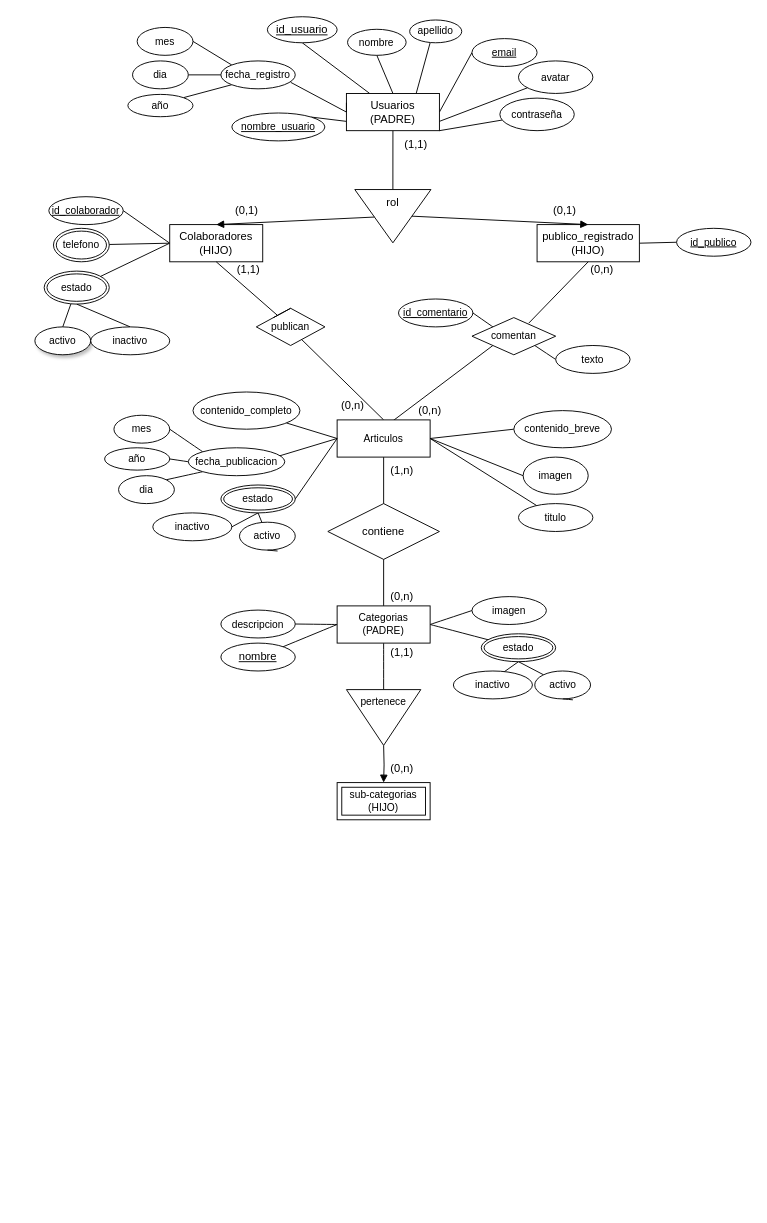
Earlier version of the draw.io diagram Desafio_s5.drawio (mauricioarcez/desafios_info). Source tidied: cells renumbered, new cells numbered last; positions are measured from the earlier drawing's top-left corner, leaving out a move shared by most shapes. Both pictures are drawn from the tidied source at 93%, with x=0, y=0 at pixel (34, 16).
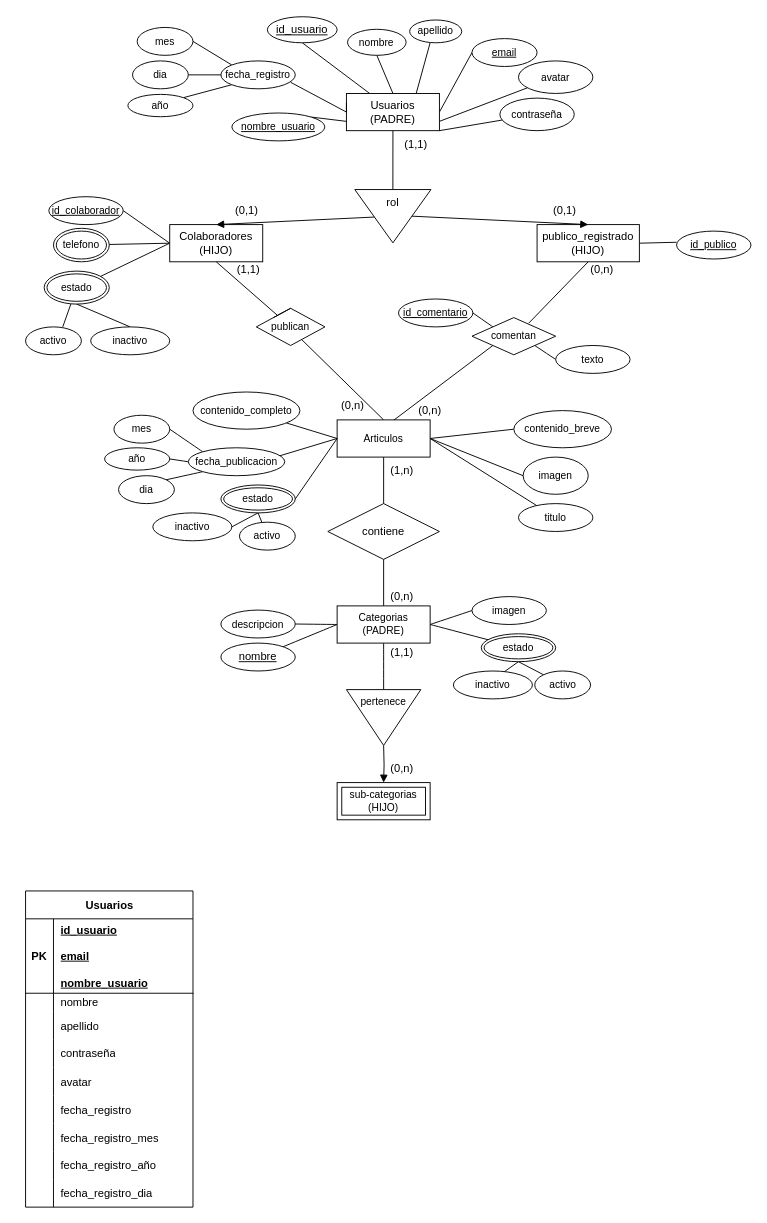
The same diagram, later.

Unchanged cells that the change refers to:
```xml
<mxCell id="19" value="publico_registrado&lt;br&gt;(HIJO)" style="whiteSpace=wrap;html=1;align=center;shadow=0;labelBackgroundColor=none;" parent="1" vertex="1">
  <mxGeometry x="540" y="224" width="110" height="40" as="geometry" />
</mxCell>
<mxCell id="37" value="estado" style="ellipse;shape=doubleEllipse;margin=3;whiteSpace=wrap;html=1;align=center;fontFamily=Helvetica;fontSize=11;shadow=0;labelBackgroundColor=none;" parent="1" vertex="1">
  <mxGeometry x="10" y="274" width="70" height="35.5" as="geometry" />
</mxCell>
<mxCell id="80" value="activo" style="ellipse;whiteSpace=wrap;html=1;align=center;fontFamily=Helvetica;fontSize=11;shadow=0;labelBackgroundColor=none;" parent="1" vertex="1">
  <mxGeometry x="220" y="544" width="60" height="30" as="geometry" />
</mxCell>
<mxCell id="97" value="activo" style="ellipse;whiteSpace=wrap;html=1;align=center;fontFamily=Helvetica;fontSize=11;shadow=0;labelBackgroundColor=none;" parent="1" vertex="1">
  <mxGeometry x="537.5" y="704" width="60" height="30" as="geometry" />
</mxCell>
```

Change to the diagram source:
```diff
@@
-    <mxCell id="18" style="edgeStyle=none;shape=connector;rounded=0;jettySize=auto;html=1;exitX=1;exitY=0.5;exitDx=0;exitDy=0;entryX=0;entryY=0.5;entryDx=0;entryDy=0;labelBackgroundColor=none;fontFamily=Helvetica;fontSize=11;fontColor=default;endArrow=none;endFill=0;shadow=0;" parent="1" edge="1" source="19" target="74">
-      <mxGeometry relative="1" as="geometry" />
+    <mxCell id="18" style="edgeStyle=none;shape=connector;rounded=0;jettySize=auto;html=1;exitX=1;exitY=0.5;exitDx=0;exitDy=0;entryX=0;entryY=0.5;entryDx=0;entryDy=0;labelBackgroundColor=none;fontFamily=Helvetica;fontSize=11;fontColor=default;endArrow=none;endFill=0;shadow=0;" parent="1" edge="1" source="19">
+      <mxGeometry relative="1" as="geometry">
+        <mxPoint x="690" y="243" as="targetPoint" />
+      </mxGeometry>
     </mxCell>
@@
     <mxCell id="74" value="id_publico" style="ellipse;whiteSpace=wrap;html=1;align=center;fontStyle=4;fontFamily=Helvetica;fontSize=11;shadow=0;labelBackgroundColor=none;" parent="1" vertex="1">
-      <mxGeometry x="690" y="228" width="80" height="30" as="geometry" />
+      <mxGeometry x="690" y="231" width="80" height="30" as="geometry" />
     </mxCell>
-    <mxCell id="75" style="edgeStyle=none;shape=connector;rounded=0;jettySize=auto;html=1;exitX=0.5;exitY=0;exitDx=0;exitDy=0;labelBackgroundColor=none;fontFamily=Helvetica;fontSize=11;fontColor=default;endArrow=none;endFill=0;shadow=0;" parent="1" edge="1" source="76" target="37">
-      <mxGeometry relative="1" as="geometry" />
+    <mxCell id="75" style="edgeStyle=none;shape=connector;rounded=0;jettySize=auto;html=1;exitX=0.5;exitY=0;exitDx=0;exitDy=0;labelBackgroundColor=none;fontFamily=Helvetica;fontSize=11;fontColor=default;endArrow=none;endFill=0;shadow=0;" parent="1" edge="1" target="37">
+      <mxGeometry relative="1" as="geometry">
+        <mxPoint x="30" y="334" as="sourcePoint" />
+      </mxGeometry>
     </mxCell>
-    <mxCell id="76" value="activo" style="ellipse;whiteSpace=wrap;html=1;align=center;fontFamily=Helvetica;fontSize=11;shadow=1;labelBackgroundColor=none;" parent="1" vertex="1">
-      <mxGeometry y="334" width="60" height="30" as="geometry" />
-    </mxCell>
@@
-    <mxCell id="88" style="edgeStyle=none;shape=connector;curved=1;rounded=0;orthogonalLoop=1;jettySize=auto;html=1;exitX=0.5;exitY=1;exitDx=0;exitDy=0;entryX=0.683;entryY=1.033;entryDx=0;entryDy=0;entryPerimeter=0;labelBackgroundColor=none;fontFamily=Helvetica;fontSize=12;fontColor=default;endArrow=none;endFill=0;startSize=8;endSize=8;shadow=0;" parent="1" edge="1" source="80" target="80">
-      <mxGeometry relative="1" as="geometry" />
-    </mxCell>
@@
-    <mxCell id="99" style="edgeStyle=none;shape=connector;curved=1;rounded=0;orthogonalLoop=1;jettySize=auto;html=1;exitX=0.5;exitY=1;exitDx=0;exitDy=0;entryX=0.683;entryY=1.033;entryDx=0;entryDy=0;entryPerimeter=0;labelBackgroundColor=none;fontFamily=Helvetica;fontSize=12;fontColor=default;endArrow=none;endFill=0;startSize=8;endSize=8;shadow=0;" parent="1" edge="1" source="97" target="97">
-      <mxGeometry relative="1" as="geometry" />
-    </mxCell>
@@
+    <mxCell id="76" value="activo" style="ellipse;whiteSpace=wrap;html=1;align=center;fontFamily=Helvetica;fontSize=11;shadow=0;labelBackgroundColor=none;" parent="1" vertex="1">
+      <mxGeometry x="-10" y="334" width="60" height="30" as="geometry" />
+    </mxCell>
+    <mxCell id="116" value="Usuarios" style="shape=table;startSize=30;childLayout=tableLayout;rowLines=0;fontStyle=1;align=center;html=1;" parent="1" vertex="1">
+      <mxGeometry x="-10" y="940.5" width="180" height="340" as="geometry" />
+    </mxCell>
+    <mxCell id="117" style="shape=tableRow;horizontal=0;startSize=0;swimlaneHead=0;swimlaneBody=0;fillColor=none;top=0;left=0;right=0;bottom=1;" parent="116" vertex="1">
+      <mxGeometry y="30" width="180" height="80" as="geometry" />
+    </mxCell>
+    <mxCell id="118" value="PK" style="shape=partialRectangle;fillColor=none;top=0;left=0;bottom=0;right=0;fontStyle=1;overflow=hidden;whiteSpace=wrap;html=1;" parent="117" vertex="1">
+      <mxGeometry width="30" height="80" as="geometry" />
+    </mxCell>
+    <mxCell id="119" value="id_usuario&lt;br&gt;&lt;br&gt;email&lt;br&gt;&lt;br&gt;nombre_usuario" style="shape=partialRectangle;fillColor=none;top=0;left=0;bottom=0;right=0;align=left;spacingLeft=6;fontStyle=5;overflow=hidden;whiteSpace=wrap;html=1;" parent="117" vertex="1">
+      <mxGeometry x="30" width="150" height="80" as="geometry" />
+    </mxCell>
+    <mxCell id="120" style="shape=tableRow;horizontal=0;startSize=0;swimlaneHead=0;swimlaneBody=0;fillColor=none;top=0;left=0;right=0;bottom=0;" parent="116" vertex="1">
+      <mxGeometry y="110" width="180" height="20" as="geometry" />
+    </mxCell>
+    <mxCell id="121" style="shape=partialRectangle;fillColor=none;top=0;left=0;bottom=0;right=0;overflow=hidden;whiteSpace=wrap;html=1;" parent="120" vertex="1">
+      <mxGeometry width="30" height="20" as="geometry" />
+    </mxCell>
+    <mxCell id="122" value="nombre" style="shape=partialRectangle;fillColor=none;top=0;left=0;bottom=0;right=0;align=left;spacingLeft=6;overflow=hidden;whiteSpace=wrap;html=1;" parent="120" vertex="1">
+      <mxGeometry x="30" width="150" height="20" as="geometry" />
+    </mxCell>
+    <mxCell id="123" style="shape=tableRow;horizontal=0;startSize=0;swimlaneHead=0;swimlaneBody=0;fillColor=none;top=0;left=0;right=0;bottom=0;" parent="116" vertex="1">
+      <mxGeometry y="130" width="180" height="30" as="geometry" />
+    </mxCell>
+    <mxCell id="124" style="shape=partialRectangle;fillColor=none;top=0;left=0;bottom=0;right=0;overflow=hidden;whiteSpace=wrap;html=1;" parent="123" vertex="1">
+      <mxGeometry width="30" height="30" as="geometry" />
+    </mxCell>
+    <mxCell id="125" value="apellido" style="shape=partialRectangle;fillColor=none;top=0;left=0;bottom=0;right=0;align=left;spacingLeft=6;overflow=hidden;whiteSpace=wrap;html=1;" parent="123" vertex="1">
+      <mxGeometry x="30" width="150" height="30" as="geometry" />
+    </mxCell>
+    <mxCell id="126" style="shape=tableRow;horizontal=0;startSize=0;swimlaneHead=0;swimlaneBody=0;fillColor=none;top=0;left=0;right=0;bottom=0;" parent="116" vertex="1">
+      <mxGeometry y="160" width="180" height="30" as="geometry" />
+    </mxCell>
+    <mxCell id="127" style="shape=partialRectangle;fillColor=none;top=0;left=0;bottom=0;right=0;overflow=hidden;whiteSpace=wrap;html=1;" parent="126" vertex="1">
+      <mxGeometry width="30" height="30" as="geometry" />
+    </mxCell>
+    <mxCell id="128" value="contraseña" style="shape=partialRectangle;fillColor=none;top=0;left=0;bottom=0;right=0;align=left;spacingLeft=6;overflow=hidden;whiteSpace=wrap;html=1;" parent="126" vertex="1">
+      <mxGeometry x="30" width="150" height="30" as="geometry" />
+    </mxCell>
+    <mxCell id="129" style="shape=tableRow;horizontal=0;startSize=0;swimlaneHead=0;swimlaneBody=0;fillColor=none;top=0;left=0;right=0;bottom=0;" parent="116" vertex="1">
+      <mxGeometry y="190" width="180" height="30" as="geometry" />
+    </mxCell>
+    <mxCell id="130" style="shape=partialRectangle;fillColor=none;top=0;left=0;bottom=0;right=0;overflow=hidden;" parent="129" vertex="1">
+      <mxGeometry width="30" height="30" as="geometry" />
+    </mxCell>
+    <mxCell id="131" value="avatar" style="shape=partialRectangle;fillColor=none;top=0;left=0;bottom=0;right=0;align=left;spacingLeft=6;overflow=hidden;" parent="129" vertex="1">
+      <mxGeometry x="30" width="150" height="30" as="geometry" />
+    </mxCell>
+    <mxCell id="132" style="shape=tableRow;horizontal=0;startSize=0;swimlaneHead=0;swimlaneBody=0;fillColor=none;top=0;left=0;right=0;bottom=0;" parent="116" vertex="1">
+      <mxGeometry y="220" width="180" height="30" as="geometry" />
+    </mxCell>
+    <mxCell id="133" style="shape=partialRectangle;fillColor=none;top=0;left=0;bottom=0;right=0;overflow=hidden;" parent="132" vertex="1">
+      <mxGeometry width="30" height="30" as="geometry" />
+    </mxCell>
+    <mxCell id="134" value="fecha_registro" style="shape=partialRectangle;fillColor=none;top=0;left=0;bottom=0;right=0;align=left;spacingLeft=6;overflow=hidden;" parent="132" vertex="1">
+      <mxGeometry x="30" width="150" height="30" as="geometry" />
+    </mxCell>
+    <mxCell id="135" style="shape=tableRow;horizontal=0;startSize=0;swimlaneHead=0;swimlaneBody=0;fillColor=none;top=0;left=0;right=0;bottom=0;" parent="116" vertex="1">
+      <mxGeometry y="250" width="180" height="30" as="geometry" />
+    </mxCell>
+    <mxCell id="136" style="shape=partialRectangle;fillColor=none;top=0;left=0;bottom=0;right=0;overflow=hidden;" parent="135" vertex="1">
+      <mxGeometry width="30" height="30" as="geometry" />
+    </mxCell>
+    <mxCell id="137" value="fecha_registro_mes" style="shape=partialRectangle;fillColor=none;top=0;left=0;bottom=0;right=0;align=left;spacingLeft=6;overflow=hidden;" parent="135" vertex="1">
+      <mxGeometry x="30" width="150" height="30" as="geometry" />
+    </mxCell>
+    <mxCell id="138" style="shape=tableRow;horizontal=0;startSize=0;swimlaneHead=0;swimlaneBody=0;fillColor=none;top=0;left=0;right=0;bottom=0;" parent="116" vertex="1">
+      <mxGeometry y="280" width="180" height="30" as="geometry" />
+    </mxCell>
+    <mxCell id="139" style="shape=partialRectangle;fillColor=none;top=0;left=0;bottom=0;right=0;overflow=hidden;" parent="138" vertex="1">
+      <mxGeometry width="30" height="30" as="geometry" />
+    </mxCell>
+    <mxCell id="140" value="fecha_registro_año" style="shape=partialRectangle;fillColor=none;top=0;left=0;bottom=0;right=0;align=left;spacingLeft=6;overflow=hidden;" parent="138" vertex="1">
+      <mxGeometry x="30" width="150" height="30" as="geometry" />
+    </mxCell>
+    <mxCell id="141" style="shape=tableRow;horizontal=0;startSize=0;swimlaneHead=0;swimlaneBody=0;fillColor=none;top=0;left=0;right=0;bottom=0;" parent="116" vertex="1">
+      <mxGeometry y="310" width="180" height="30" as="geometry" />
+    </mxCell>
+    <mxCell id="142" style="shape=partialRectangle;fillColor=none;top=0;left=0;bottom=0;right=0;overflow=hidden;" parent="141" vertex="1">
+      <mxGeometry width="30" height="30" as="geometry" />
+    </mxCell>
+    <mxCell id="143" value="fecha_registro_dia" style="shape=partialRectangle;fillColor=none;top=0;left=0;bottom=0;right=0;align=left;spacingLeft=6;overflow=hidden;" parent="141" vertex="1">
+      <mxGeometry x="30" width="150" height="30" as="geometry" />
+    </mxCell>
+    <mxCell id="144" style="shape=tableRow;horizontal=0;startSize=0;swimlaneHead=0;swimlaneBody=0;fillColor=none;top=0;left=0;right=0;bottom=0;" parent="1" vertex="1">
+      <mxGeometry x="-20" y="1130.5" width="186" height="30" as="geometry" />
+    </mxCell>
+    <mxCell id="145" style="shape=partialRectangle;fillColor=none;top=0;left=0;bottom=0;right=0;overflow=hidden;whiteSpace=wrap;html=1;" parent="144" vertex="1">
+      <mxGeometry width="30" height="30" as="geometry" />
+    </mxCell>
+    <mxCell id="146" style="endArrow=none;html=1;rounded=0;" parent="1" edge="1">
+      <mxGeometry relative="1" as="geometry">
+        <mxPoint x="10" y="1240.5" as="sourcePoint" />
+        <mxPoint x="10" y="1240.5" as="targetPoint" />
+      </mxGeometry>
+    </mxCell>
+    <mxCell id="147" style="html=1;whiteSpace=wrap;align=right;verticalAlign=bottom;" parent="146" vertex="1">
+      <mxGeometry x="1" relative="1" as="geometry" />
+    </mxCell>
+    <mxCell id="148" style="shape=tableRow;horizontal=0;startSize=0;swimlaneHead=0;swimlaneBody=0;fillColor=none;top=0;left=0;right=0;bottom=0;" parent="1" vertex="1">
+      <mxGeometry x="-10" y="1140.5" width="186" height="30" as="geometry" />
+    </mxCell>
+    <mxCell id="149" style="shape=partialRectangle;fillColor=none;top=0;left=0;bottom=0;right=0;overflow=hidden;whiteSpace=wrap;html=1;" parent="148" vertex="1">
+      <mxGeometry width="30" height="30" as="geometry" />
+    </mxCell>
```
